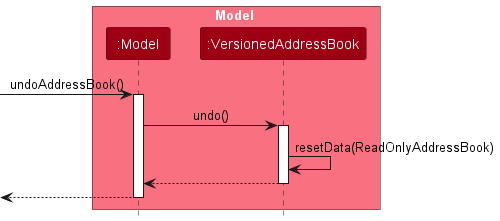
Above: images/UndoSequenceDiagram-Model.png in CJBuzz/tp (PlantUML), before the change.
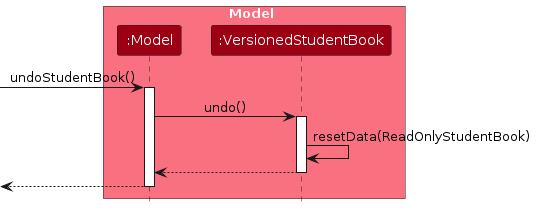
After the commit.

Diff of the diagram source:
```diff
@@ -4,18 +4,18 @@
 
 box Model MODEL_COLOR_T1
 participant ":Model" as Model MODEL_COLOR
-participant ":VersionedAddressBook" as VersionedAddressBook MODEL_COLOR
+participant ":VersionedStudentBook" as VersionedStudentBook MODEL_COLOR
 end box
 
-[-> Model : undoAddressBook()
+[-> Model : undoStudentBook()
 activate Model
 
-Model -> VersionedAddressBook : undo()
-activate VersionedAddressBook
+Model -> VersionedStudentBook : undo()
+activate VersionedStudentBook
 
-VersionedAddressBook -> VersionedAddressBook :resetData(ReadOnlyAddressBook)
-VersionedAddressBook --> Model :
-deactivate VersionedAddressBook
+VersionedStudentBook -> VersionedStudentBook :resetData(ReadOnlyStudentBook)
+VersionedStudentBook --> Model :
+deactivate VersionedStudentBook
 
 [<-- Model
 deactivate Model
```
